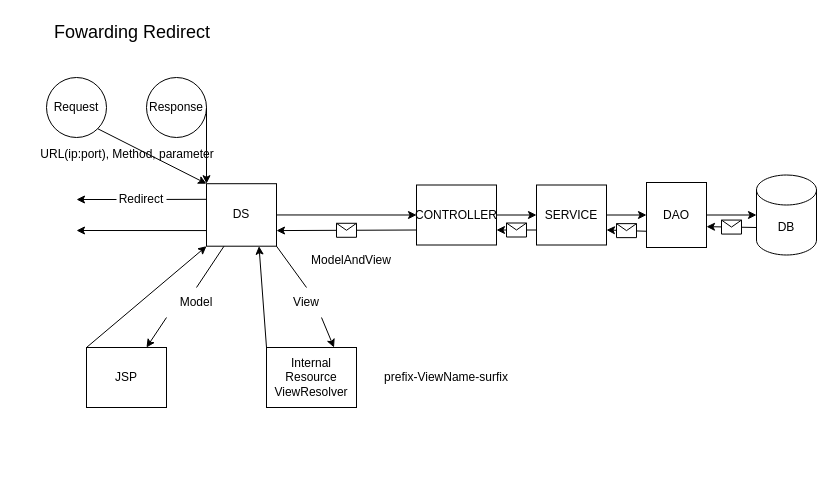
ejfhfhap/GDJ60_Spring keeps this draw.io diagram as page "페이지-1" (1 of 3) of Diagram.drawio. Above is the earlier version. Source tidied: cells renumbered, new cells numbered last; positions are measured from the earlier drawing's top-left corner, leaving out a move shared by most shapes. Both pictures are drawn from the tidied source at 100%, with x=0, y=0 at pixel (17, 17).
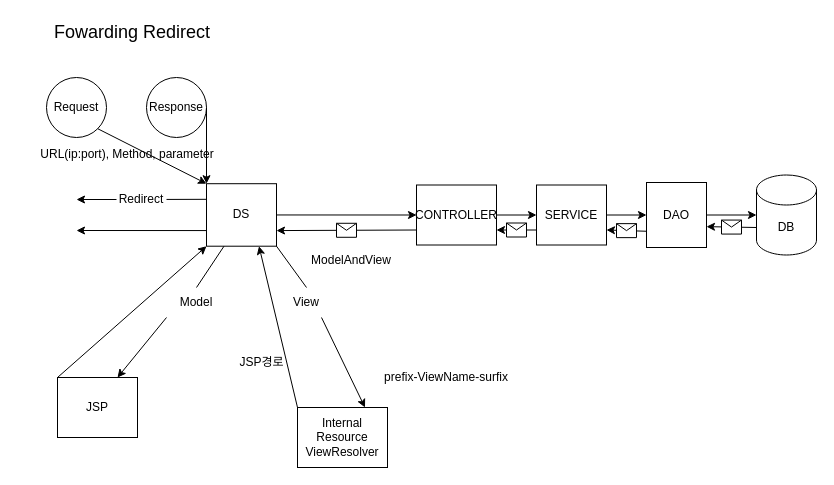
Above is the later version.

The edit, as a diff of the source:
```diff
@@
     <mxCell id="6" value="JSP" style="rounded=0;whiteSpace=wrap;html=1;" parent="1" vertex="1">
-      <mxGeometry x="69" y="330" width="80" height="60" as="geometry" />
+      <mxGeometry x="40" y="360" width="80" height="60" as="geometry" />
     </mxCell>
     <mxCell id="7" value="Internal&lt;br&gt;Resource&lt;br&gt;ViewResolver" style="rounded=0;whiteSpace=wrap;html=1;" parent="1" vertex="1">
-      <mxGeometry x="249" y="330" width="90" height="60" as="geometry" />
+      <mxGeometry x="280" y="390" width="90" height="60" as="geometry" />
     </mxCell>
@@
+    <mxCell id="41" value="JSP경로" style="text;html=1;align=center;verticalAlign=middle;strokeColor=none;fillColor=none;" parent="1" vertex="1">
+      <mxGeometry x="209" y="330" width="70" height="30" as="geometry" />
+    </mxCell>
```
